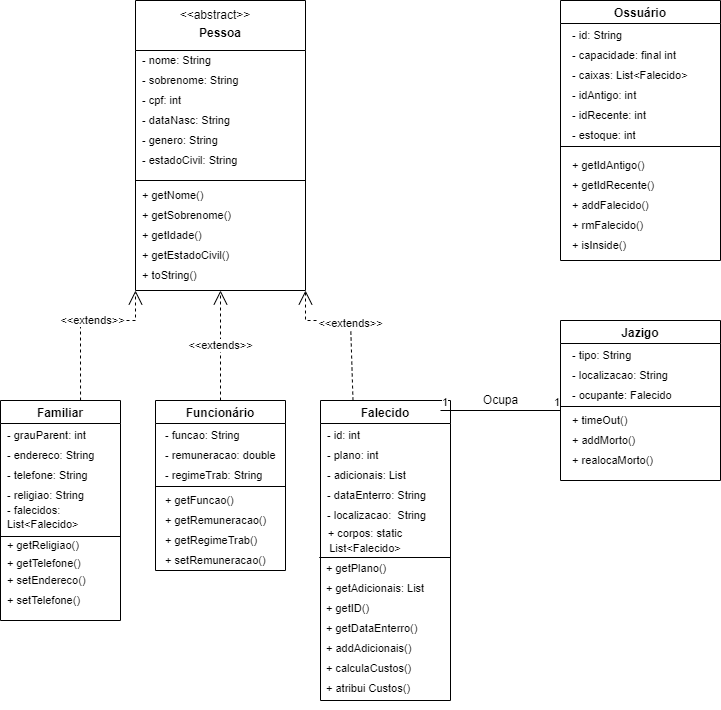
The draw.io diagram Diagrama_cemiterio.png in cemiterioPOO/Cemiterio, before a commit. Source tidied: cells renumbered, new cells last; positions are measured from the earlier drawing's top-left corner, leaving out a move shared by most shapes.
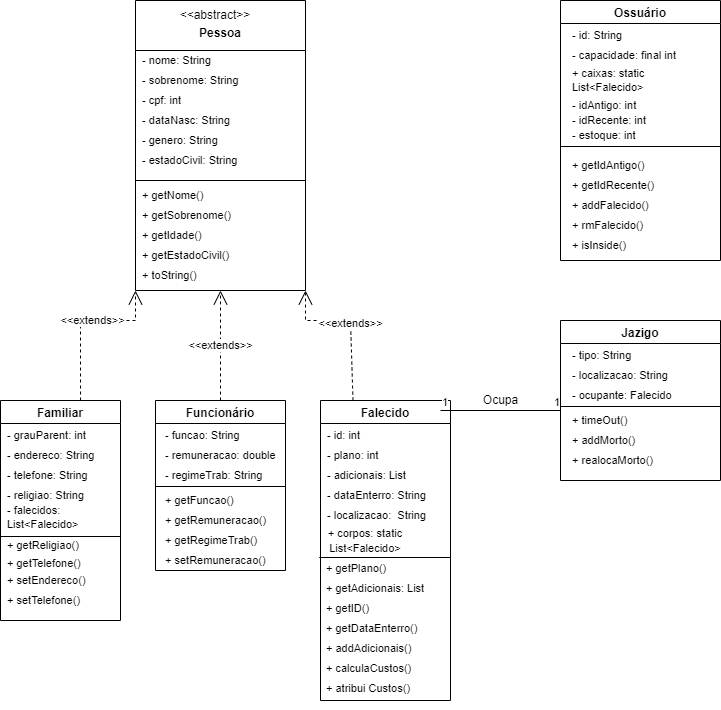
Above is the later version.

Diff of the diagram source:
```diff
@@ -183,13 +183,13 @@
       <mxGeometry x="10" y="40" width="120" height="30" as="geometry" />
     </mxCell>
     <mxCell id="61" value="- idAntigo: int" style="text;html=1;strokeColor=none;fillColor=none;align=left;verticalAlign=middle;whiteSpace=wrap;rounded=0;fontSize=11;" parent="59" vertex="1">
-      <mxGeometry x="10" y="80" width="110" height="30" as="geometry" />
+      <mxGeometry x="10" y="90" width="110" height="30" as="geometry" />
     </mxCell>
     <mxCell id="62" value="- idRecente: int" style="text;html=1;strokeColor=none;fillColor=none;align=left;verticalAlign=middle;whiteSpace=wrap;rounded=0;fontSize=11;" parent="59" vertex="1">
-      <mxGeometry x="10" y="100" width="110" height="30" as="geometry" />
+      <mxGeometry x="10" y="110" width="110" height="20" as="geometry" />
     </mxCell>
-    <mxCell id="63" value="- caixas: List&amp;lt;Falecido&amp;gt;" style="text;html=1;strokeColor=none;fillColor=none;align=left;verticalAlign=middle;whiteSpace=wrap;rounded=0;fontSize=11;" parent="59" vertex="1">
-      <mxGeometry x="10" y="60" width="130" height="30" as="geometry" />
+    <mxCell id="63" value="+ caixas: static List&amp;lt;Falecido&amp;gt;" style="text;html=1;strokeColor=none;fillColor=none;align=left;verticalAlign=middle;whiteSpace=wrap;rounded=0;fontSize=11;" parent="59" vertex="1">
+      <mxGeometry x="10" y="60" width="130" height="40" as="geometry" />
     </mxCell>
     <mxCell id="64" value="- estoque: int" style="text;html=1;strokeColor=none;fillColor=none;align=left;verticalAlign=middle;whiteSpace=wrap;rounded=0;fontSize=11;" parent="59" vertex="1">
       <mxGeometry x="10" y="120" width="110" height="30" as="geometry" />
```
